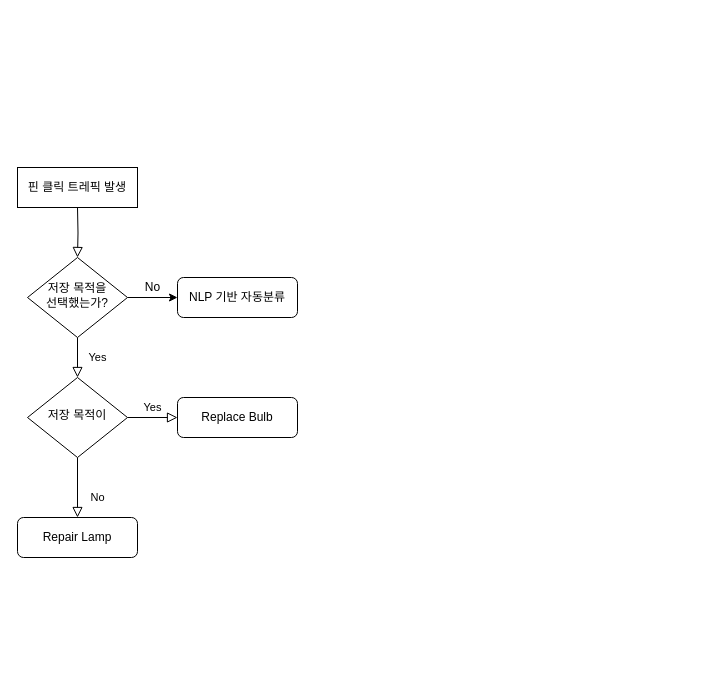
This is page "Classification Flow" (2 of 3) of User Flow (bookmarking service).drawio from rego7624/Ned_Portfolio_as_a_Data_Scientist, a draw.io file, before an edit. Source tidied: cells renumbered, new cells numbered last; positions are measured from the earlier drawing's top-left corner, leaving out a move shared by most shapes. Both pictures are drawn from the tidied source at 100%, with x=0, y=0 at pixel (17, 167).
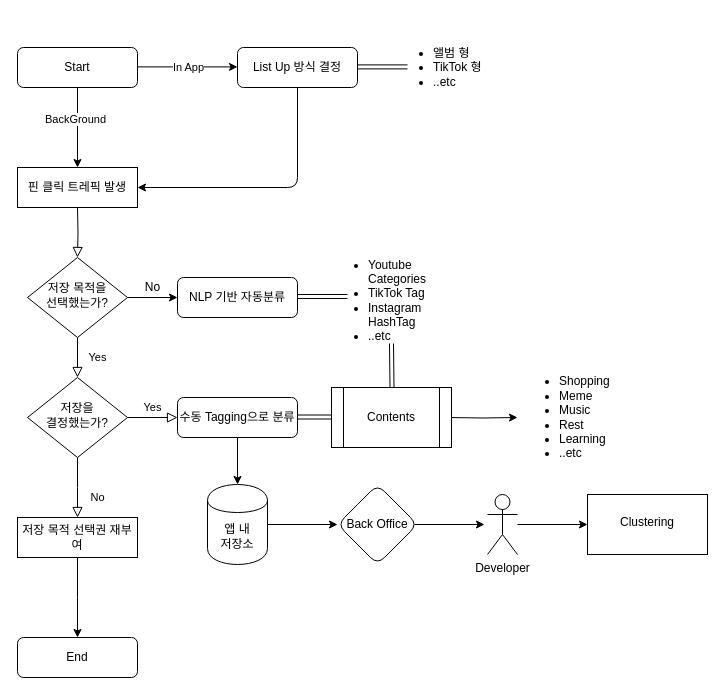
After the change.

Unchanged cells that the change refers to:
```xml
<mxCell id="11" value="핀 클릭 트레픽 발생" style="rounded=0;whiteSpace=wrap;html=1;" parent="1" vertex="1">
  <mxGeometry width="120" height="40" as="geometry" />
</mxCell>
```

Diff of the diagram source:
```diff
@@
-    <mxCell id="6" value="No" style="rounded=0;html=1;jettySize=auto;fontSize=11;endArrow=block;endFill=0;endSize=8;strokeWidth=1;shadow=0;labelBackgroundColor=none;edgeStyle=orthogonalEdgeStyle;" parent="1" edge="1" source="8" target="9">
-      <mxGeometry x="0.33" y="20" relative="1" as="geometry" />
+    <mxCell id="6" value="No" style="rounded=0;html=1;jettySize=auto;fontSize=11;endArrow=block;endFill=0;endSize=8;strokeWidth=1;shadow=0;labelBackgroundColor=none;edgeStyle=orthogonalEdgeStyle;" parent="1" edge="1" source="8">
+      <mxGeometry x="0.33" y="20" relative="1" as="geometry">
+        <mxPoint x="60" y="350" as="targetPoint" />
+      </mxGeometry>
     </mxCell>
@@
-    <mxCell id="8" value="저장 목적이&lt;br&gt;" style="rhombus;whiteSpace=wrap;html=1;shadow=0;fontFamily=Helvetica;fontSize=12;align=center;strokeWidth=1;spacing=6;spacingTop=-4;" parent="1" vertex="1">
+    <mxCell id="8" value="저장을 &lt;br&gt;결정했는가?" style="rhombus;whiteSpace=wrap;html=1;shadow=0;fontFamily=Helvetica;fontSize=12;align=center;strokeWidth=1;spacing=6;spacingTop=-4;" parent="1" vertex="1">
       <mxGeometry x="10" y="210" width="100" height="80" as="geometry" />
     </mxCell>
-    <mxCell id="9" value="Repair Lamp" style="rounded=1;whiteSpace=wrap;html=1;fontSize=12;glass=0;strokeWidth=1;shadow=0;" parent="1" vertex="1">
-      <mxGeometry y="350" width="120" height="40" as="geometry" />
-    </mxCell>
+    <mxCell id="14" style="edgeStyle=orthogonalEdgeStyle;rounded=0;jettySize=auto;html=1;" parent="1" edge="1" source="10" target="24">
+      <mxGeometry relative="1" as="geometry" />
+    </mxCell>
-    <mxCell id="10" value="Replace Bulb" style="rounded=1;whiteSpace=wrap;html=1;fontSize=12;glass=0;strokeWidth=1;shadow=0;" parent="1" vertex="1">
+    <mxCell id="10" value="수동 Tagging으로 분류" style="rounded=1;whiteSpace=wrap;html=1;fontSize=12;glass=0;strokeWidth=1;shadow=0;" parent="1" vertex="1">
       <mxGeometry x="160" y="230" width="120" height="40" as="geometry" />
     </mxCell>
@@
+    <mxCell id="15" style="edgeStyle=orthogonalEdgeStyle;rounded=0;jettySize=auto;html=1;" parent="1" edge="1" source="16">
+      <mxGeometry relative="1" as="geometry">
+        <mxPoint x="60" y="470" as="targetPoint" />
+      </mxGeometry>
+    </mxCell>
+    <mxCell id="16" value="저장 목적 선택권 재부여" style="rounded=0;whiteSpace=wrap;html=1;" parent="1" vertex="1">
+      <mxGeometry y="350" width="120" height="40" as="geometry" />
+    </mxCell>
+    <mxCell id="17" style="shape=link;html=1;" parent="1" edge="1">
+      <mxGeometry relative="1" as="geometry">
+        <mxPoint x="280" y="129" as="sourcePoint" />
+        <mxPoint x="330" y="129" as="targetPoint" />
+      </mxGeometry>
+    </mxCell>
+    <mxCell id="18" style="shape=link;html=1;" parent="1" edge="1">
+      <mxGeometry relative="1" as="geometry">
+        <mxPoint x="280" y="249.5" as="sourcePoint" />
+        <mxPoint x="330" y="249.5" as="targetPoint" />
+      </mxGeometry>
+    </mxCell>
+    <mxCell id="19" style="edgeStyle=orthogonalEdgeStyle;rounded=0;jettySize=auto;html=1;" parent="1" edge="1" target="21">
+      <mxGeometry relative="1" as="geometry">
+        <mxPoint x="430" y="250" as="sourcePoint" />
+      </mxGeometry>
+    </mxCell>
+    <mxCell id="20" value="&lt;ul&gt;&lt;li&gt;Youtube Categories&lt;/li&gt;&lt;li&gt;TikTok Tag&lt;/li&gt;&lt;li&gt;Instagram HashTag&lt;/li&gt;&lt;li&gt;..etc&lt;/li&gt;&lt;/ul&gt;" style="text;strokeColor=none;fillColor=none;html=1;whiteSpace=wrap;verticalAlign=middle;overflow=hidden;" parent="1" vertex="1">
+      <mxGeometry x="309" y="76" width="130" height="100" as="geometry" />
+    </mxCell>
+    <mxCell id="21" value="&lt;ul&gt;&lt;li&gt;Shopping&lt;/li&gt;&lt;li&gt;Meme&lt;/li&gt;&lt;li&gt;Music&lt;/li&gt;&lt;li&gt;Rest&lt;/li&gt;&lt;li&gt;Learning&lt;/li&gt;&lt;li&gt;..etc&lt;/li&gt;&lt;/ul&gt;" style="text;strokeColor=none;fillColor=none;html=1;whiteSpace=wrap;verticalAlign=middle;overflow=hidden;" parent="1" vertex="1">
+      <mxGeometry x="500" y="190" width="110" height="120" as="geometry" />
+    </mxCell>
+    <mxCell id="22" style="shape=link;html=1;exitX=0.5;exitY=1;exitDx=0;exitDy=0;" parent="1" edge="1" source="20">
+      <mxGeometry relative="1" as="geometry">
+        <mxPoint x="374.5" y="220" as="targetPoint" />
+      </mxGeometry>
+    </mxCell>
+    <mxCell id="23" style="edgeStyle=orthogonalEdgeStyle;rounded=0;jettySize=auto;html=1;" parent="1" edge="1" source="24" target="27">
+      <mxGeometry relative="1" as="geometry" />
+    </mxCell>
+    <mxCell id="24" value="앱 내 &lt;br&gt;저장소" style="shape=cylinder;whiteSpace=wrap;html=1;boundedLbl=1;backgroundOutline=1;rounded=1;shadow=0;strokeWidth=1;glass=0;" parent="1" vertex="1">
+      <mxGeometry x="190" y="317" width="60" height="80" as="geometry" />
+    </mxCell>
+    <mxCell id="25" value="Contents" style="shape=process;whiteSpace=wrap;html=1;backgroundOutline=1;" parent="1" vertex="1">
+      <mxGeometry x="314" y="220" width="120" height="60" as="geometry" />
+    </mxCell>
+    <mxCell id="26" style="edgeStyle=orthogonalEdgeStyle;rounded=0;orthogonalLoop=1;jettySize=auto;html=1;" parent="1" edge="1">
+      <mxGeometry relative="1" as="geometry">
+        <mxPoint x="397" y="357" as="sourcePoint" />
+        <mxPoint x="467" y="357" as="targetPoint" />
+      </mxGeometry>
+    </mxCell>
+    <mxCell id="27" value="Back Office" style="rhombus;whiteSpace=wrap;html=1;rounded=1;shadow=0;strokeWidth=1;glass=0;" parent="1" vertex="1">
+      <mxGeometry x="320" y="317" width="80" height="80" as="geometry" />
+    </mxCell>
+    <mxCell id="28" style="edgeStyle=orthogonalEdgeStyle;rounded=0;jettySize=auto;html=1;" parent="1" edge="1" source="29" target="30">
+      <mxGeometry relative="1" as="geometry" />
+    </mxCell>
+    <mxCell id="29" value="Developer" style="shape=umlActor;verticalLabelPosition=bottom;verticalAlign=top;html=1;outlineConnect=0;" parent="1" vertex="1">
+      <mxGeometry x="470" y="327" width="30" height="60" as="geometry" />
+    </mxCell>
+    <mxCell id="30" value="&lt;br&gt;Clustering" style="whiteSpace=wrap;html=1;verticalAlign=top;" parent="1" vertex="1">
+      <mxGeometry x="570" y="327" width="120" height="60" as="geometry" />
+    </mxCell>
+    <mxCell id="31" style="edgeStyle=orthogonalEdgeStyle;rounded=0;jettySize=auto;html=1;" parent="1" edge="1" source="33" target="11">
+      <mxGeometry relative="1" as="geometry" />
+    </mxCell>
+    <mxCell id="32" value="BackGround" style="edgeLabel;html=1;align=center;verticalAlign=middle;" parent="31" vertex="1">
+      <mxGeometry x="-0.19" y="-3" relative="1" as="geometry">
+        <mxPoint y="-1" as="offset" />
+      </mxGeometry>
+    </mxCell>
+    <mxCell id="33" value="Start" style="rounded=1;whiteSpace=wrap;html=1;" parent="1" vertex="1">
+      <mxGeometry y="-120" width="120" height="40" as="geometry" />
+    </mxCell>
+    <mxCell id="34" style="endArrow=classic;html=1;" parent="1" edge="1">
+      <mxGeometry relative="1" as="geometry">
+        <mxPoint x="120" y="-100.6" as="sourcePoint" />
+        <mxPoint x="220" y="-100.6" as="targetPoint" />
+      </mxGeometry>
+    </mxCell>
+    <mxCell id="35" value="In App" style="edgeLabel;html=1;align=center;verticalAlign=middle;" parent="34" vertex="1">
+      <mxGeometry relative="1" as="geometry" />
+    </mxCell>
+    <mxCell id="36" style="shape=link;html=1;" parent="1" edge="1">
+      <mxGeometry relative="1" as="geometry">
+        <mxPoint x="340" y="-100.6" as="sourcePoint" />
+        <mxPoint x="390" y="-100.6" as="targetPoint" />
+      </mxGeometry>
+    </mxCell>
+    <mxCell id="37" value="&lt;ul&gt;&lt;li&gt;앨범 형&lt;/li&gt;&lt;li&gt;TikTok 형&lt;/li&gt;&lt;li&gt;..etc&lt;/li&gt;&lt;/ul&gt;" style="text;strokeColor=none;fillColor=none;html=1;whiteSpace=wrap;verticalAlign=middle;overflow=hidden;" parent="1" vertex="1">
+      <mxGeometry x="374" y="-150" width="130" height="100" as="geometry" />
+    </mxCell>
+    <mxCell id="38" value="List Up 방식 결정" style="rounded=1;whiteSpace=wrap;html=1;fontSize=12;glass=0;strokeWidth=1;shadow=0;" parent="1" vertex="1">
+      <mxGeometry x="220" y="-120" width="120" height="40" as="geometry" />
+    </mxCell>
+    <mxCell id="39" style="endArrow=classic;html=1;exitX=0.5;exitY=1;exitDx=0;exitDy=0;entryX=1;entryY=0.5;entryDx=0;entryDy=0;" parent="1" edge="1" source="38" target="11">
+      <mxGeometry relative="1" as="geometry">
+        <Array as="points">
+          <mxPoint x="280" y="20" />
+        </Array>
+      </mxGeometry>
+    </mxCell>
+    <mxCell id="40" value="End" style="rounded=1;whiteSpace=wrap;html=1;" parent="1" vertex="1">
+      <mxGeometry y="470" width="120" height="40" as="geometry" />
+    </mxCell>
```
